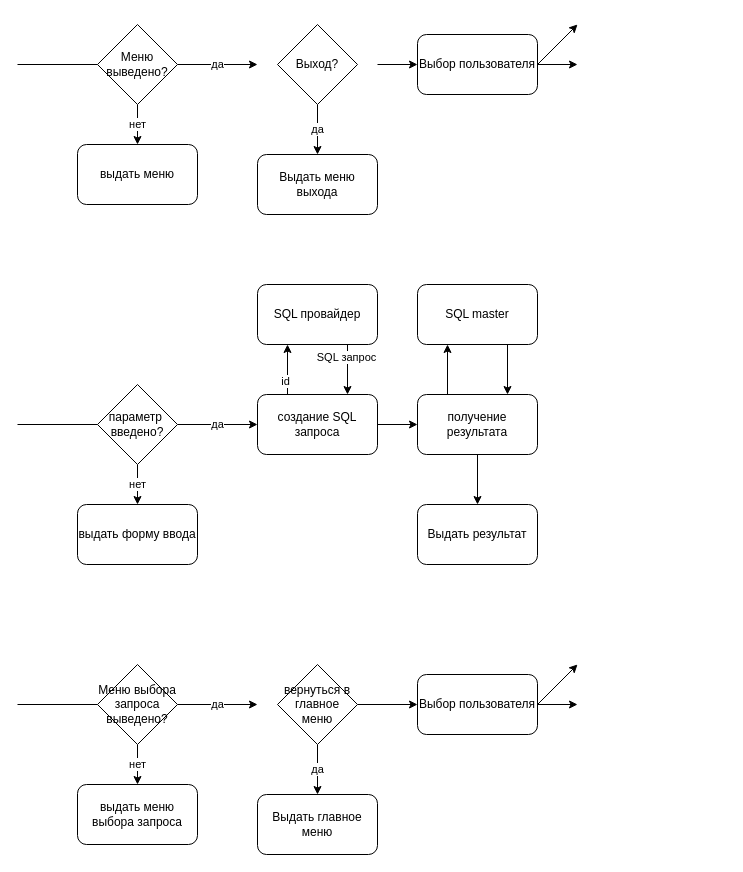
The draw.io diagram 5 Term/Data Bases/Labs/lab1_BPMN.drawio in 1790691720/BMSTU-Studing, before the edit. Source tidied: cells renumbered, new cells numbered last; positions are measured from the earlier drawing's top-left corner, leaving out a move shared by most shapes. Both pictures are drawn from the tidied source at 100%, with x=0, y=0 at pixel (17, 24).
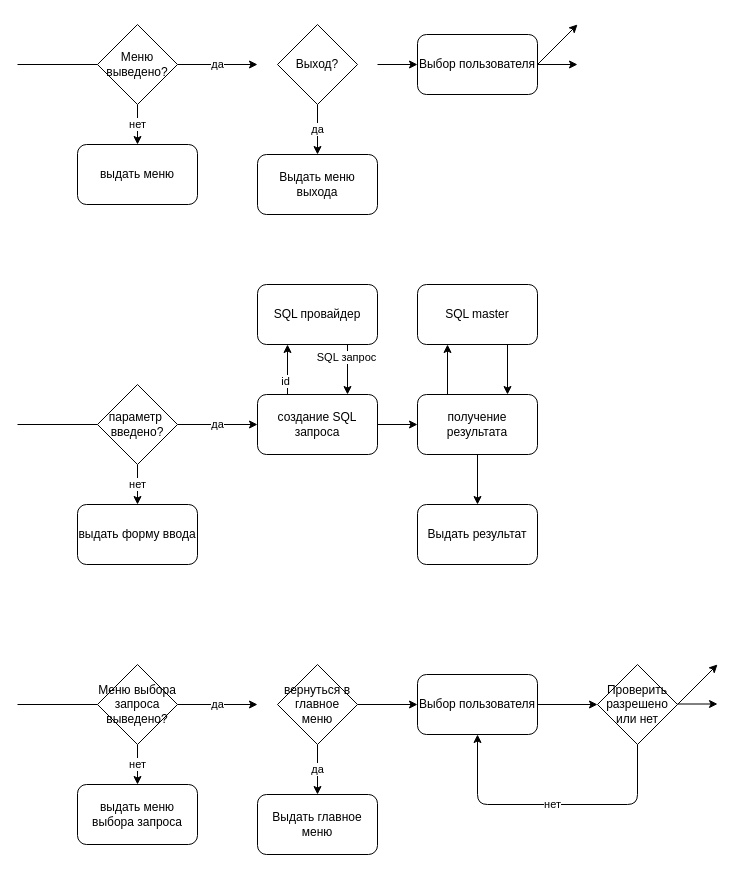
After the change.

Commit message (it also covers changes not shown here):
5 Term Data Bases add BPMN lab1,2,3

Unchanged cells that the change refers to:
```xml
<mxCell id="37" value="Выбор пользователя" style="rounded=1;whiteSpace=wrap;html=1;" parent="1" vertex="1">
  <mxGeometry x="400" y="650" width="120" height="60" as="geometry" />
</mxCell>
```

The edit, as a diff of the source:
```diff
@@
     <mxCell id="38" style="endArrow=classic;html=1;exitX=1;exitY=0.5;exitDx=0;exitDy=0;" parent="1" edge="1">
       <mxGeometry relative="1" as="geometry">
-        <mxPoint x="520" y="680" as="sourcePoint" />
-        <mxPoint x="560" y="680" as="targetPoint" />
+        <mxPoint x="660" y="679.5" as="sourcePoint" />
+        <mxPoint x="700" y="679.5" as="targetPoint" />
       </mxGeometry>
     </mxCell>
     <mxCell id="39" style="endArrow=classic;html=1;exitX=1;exitY=0.5;exitDx=0;exitDy=0;" parent="1" edge="1">
       <mxGeometry relative="1" as="geometry">
-        <mxPoint x="520" y="680" as="sourcePoint" />
-        <mxPoint x="560" y="640" as="targetPoint" />
+        <mxPoint x="660" y="680" as="sourcePoint" />
+        <mxPoint x="700" y="640" as="targetPoint" />
       </mxGeometry>
     </mxCell>
@@
+    <mxCell id="44" value="Проверить разрешено или нет" style="rhombus;whiteSpace=wrap;html=1;" parent="1" vertex="1">
+      <mxGeometry x="580" y="640" width="80" height="80" as="geometry" />
+    </mxCell>
+    <mxCell id="45" style="endArrow=classic;html=1;entryX=0;entryY=0.5;entryDx=0;entryDy=0;" parent="1" edge="1" target="44">
+      <mxGeometry relative="1" as="geometry">
+        <mxPoint x="520" y="680" as="sourcePoint" />
+      </mxGeometry>
+    </mxCell>
+    <mxCell id="46" value="нет" style="endArrow=classic;html=1;entryX=0.5;entryY=1;entryDx=0;entryDy=0;exitX=0.5;exitY=1;exitDx=0;exitDy=0;" parent="1" edge="1" source="44" target="37">
+      <mxGeometry relative="1" as="geometry">
+        <Array as="points">
+          <mxPoint x="620" y="780" />
+          <mxPoint x="460" y="780" />
+        </Array>
+      </mxGeometry>
+    </mxCell>
```
